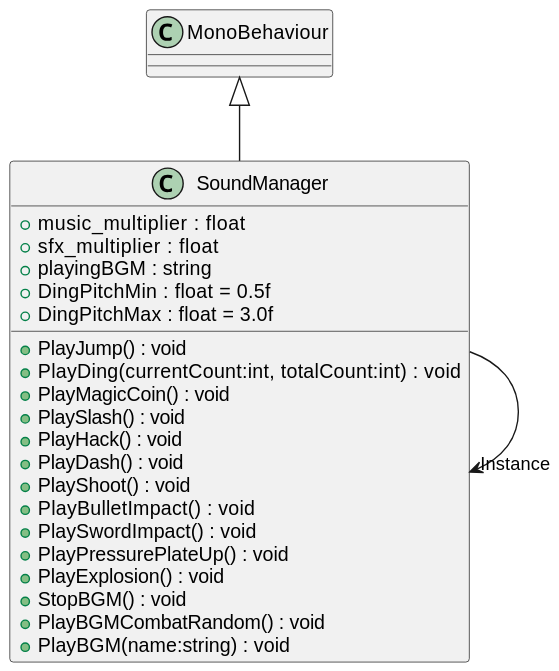
Above: UML/Manager/SoundManager.svg in KawinM23/TakeControl (PlantUML), before the change.
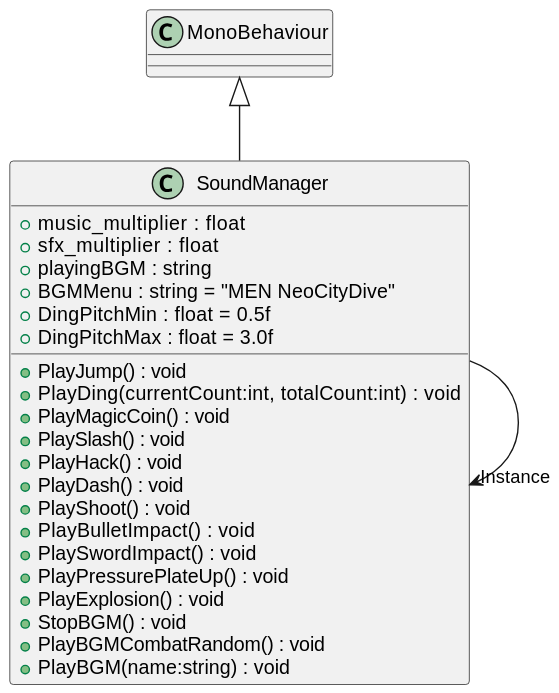
Above is the later version.

What changed in the source:
```diff
@@ -3,6 +3,7 @@
     + music_multiplier : float
     + sfx_multiplier : float
     + playingBGM : string
+    + BGMMenu : string = "MEN NeoCityDive"
     + DingPitchMin : float = 0.5f
     + DingPitchMax : float = 3.0f
     + PlayJump() : void
```
